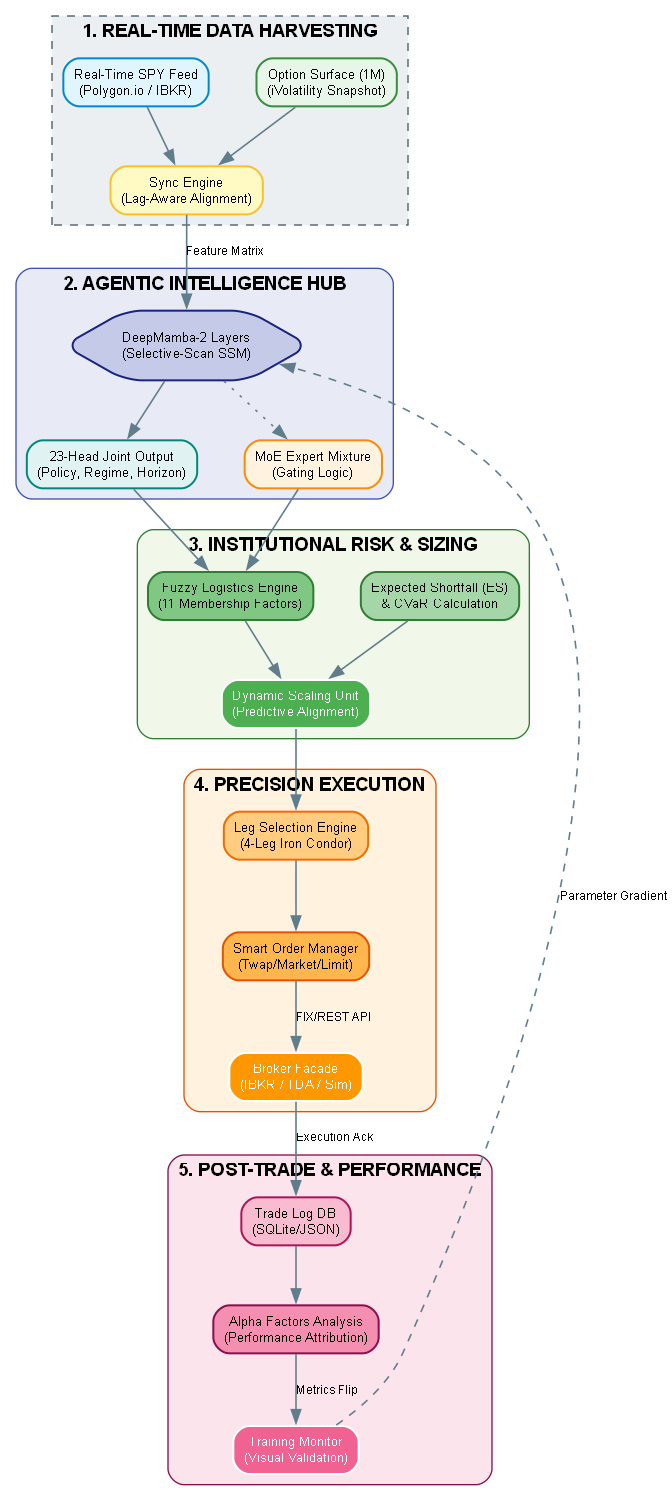
The Graphviz diagram docs/architecture/institutional_execution_flow.png in trextrader/spy-iron-condor-trading, before a commit. Its source is kept beside it as docs/architecture/institutional_execution_flow.dot. Its diagram source:
```dot
digraph InstitutionalWorkflow {
    rankdir=TB;
    nodesep=0.5;
    ranksep=0.6;
    fontname="Arial, Helvetica, sans-serif";
    compound=true;

    node [shape=rect, style="filled,rounded", fontname="Arial", fontsize=10, penwidth=1.5, color="#FFFFFF"];
    edge [color="#607D8B", penwidth=1.2, fontname="Arial", fontsize=9];

    subgraph cluster_data {
        label = <<b>1. REAL-TIME DATA HARVESTING</b>>;
        fillcolor = "#ECEFF1"; style = "filled,dashed"; color = "#455A64";

        feed_spot [label="Real-Time SPY Feed\n(Polygon.io / IBKR)", fillcolor="#E1F5FE", color="#0288D1"];
        feed_options [label="Option Surface (1M)\n(iVolatility Snapshot)", fillcolor="#E8F5E9", color="#388E3C"];
        sync_engine [label="Sync Engine\n(Lag-Aware Alignment)", fillcolor="#FFF9C4", color="#FBC02D"];

        feed_spot -> sync_engine;
        feed_options -> sync_engine;
    }

    subgraph cluster_intelligence {
        label = <<b>2. AGENTIC INTELLIGENCE HUB</b>>;
        fillcolor = "#E8EAF6"; style = "filled,rounded"; color = "#3F51B5";

        mamba_core [label="DeepMamba-2 Layers\n(Selective-Scan SSM)", fillcolor="#C5CAE9", color="#1A237E", shape=hexagon];
        heads [label="23-Head Joint Output\n(Policy, Regime, Horizon)", fillcolor="#E0F2F1", color="#00897B"];
        moe_gate [label="MoE Expert Mixture\n(Gating Logic)", fillcolor="#FFF3E0", color="#FB8C00"];

        mamba_core -> heads;
        mamba_core -> moe_gate [style=dotted];
    }

    subgraph cluster_risk {
        label = <<b>3. INSTITUTIONAL RISK &amp; SIZING</b>>;
        fillcolor = "#F1F8E9"; style = "filled,rounded"; color = "#2E7D32";

        fuzzy_sizer [label="Fuzzy Logistics Engine\n(11 Membership Factors)", fillcolor="#81C784", color="#2E7D32"];
        expected_shortfall [label="Expected Shortfall (ES)\n&amp; CVaR Calculation", fillcolor="#A5D6A7", color="#2E7D32"];
        sizing_logic [label="Dynamic Scaling Unit\n(Predictive Alignment)", fillcolor="#4CAF50", fontcolor=white];

        heads -> fuzzy_sizer;
        moe_gate -> fuzzy_sizer;
        fuzzy_sizer -> sizing_logic;
        expected_shortfall -> sizing_logic;
    }

    subgraph cluster_execution {
        label = <<b>4. PRECISION EXECUTION</b>>;
        fillcolor = "#FFF3E0"; style = "filled,rounded"; color = "#E65100";

        strike_select [label="Leg Selection Engine\n(4-Leg Iron Condor)", fillcolor="#FFCC80", color="#EF6C00"];
        order_mgr [label="Smart Order Manager\n(Twap/Market/Limit)", fillcolor="#FFB74D", color="#E65100"];
        broker_facade [label="Broker Facade\n(IBKR / TDA / Sim)", fillcolor="#FF9800", fontcolor=white];

        sizing_logic -> strike_select;
        strike_select -> order_mgr;
        order_mgr -> broker_facade [label="FIX/REST API"];
    }

    subgraph cluster_analysis {
        label = <<b>5. POST-TRADE &amp; PERFORMANCE</b>>;
        fillcolor = "#FCE4EC"; style = "filled,rounded"; color = "#880E4F";

        log_db [label="Trade Log DB\n(SQLite/JSON)", fillcolor="#F8BBD0", color="#AD1457"];
        alpha_report [label="Alpha Factors Analysis\n(Performance Attribution)", fillcolor="#F48FB1", color="#880E4F"];
        tensorboard [label="Training Monitor\n(Visual Validation)", fillcolor="#F06292", fontcolor=white];

        broker_facade -> log_db [label="Execution Ack"];
        log_db -> alpha_report;
        alpha_report -> tensorboard [label="Metrics Flip"];
    }

    sync_engine -> mamba_core [label="Feature Matrix"];
    tensorboard -> mamba_core [label="Parameter Gradient", style=dashed, constraint=false];
}
```
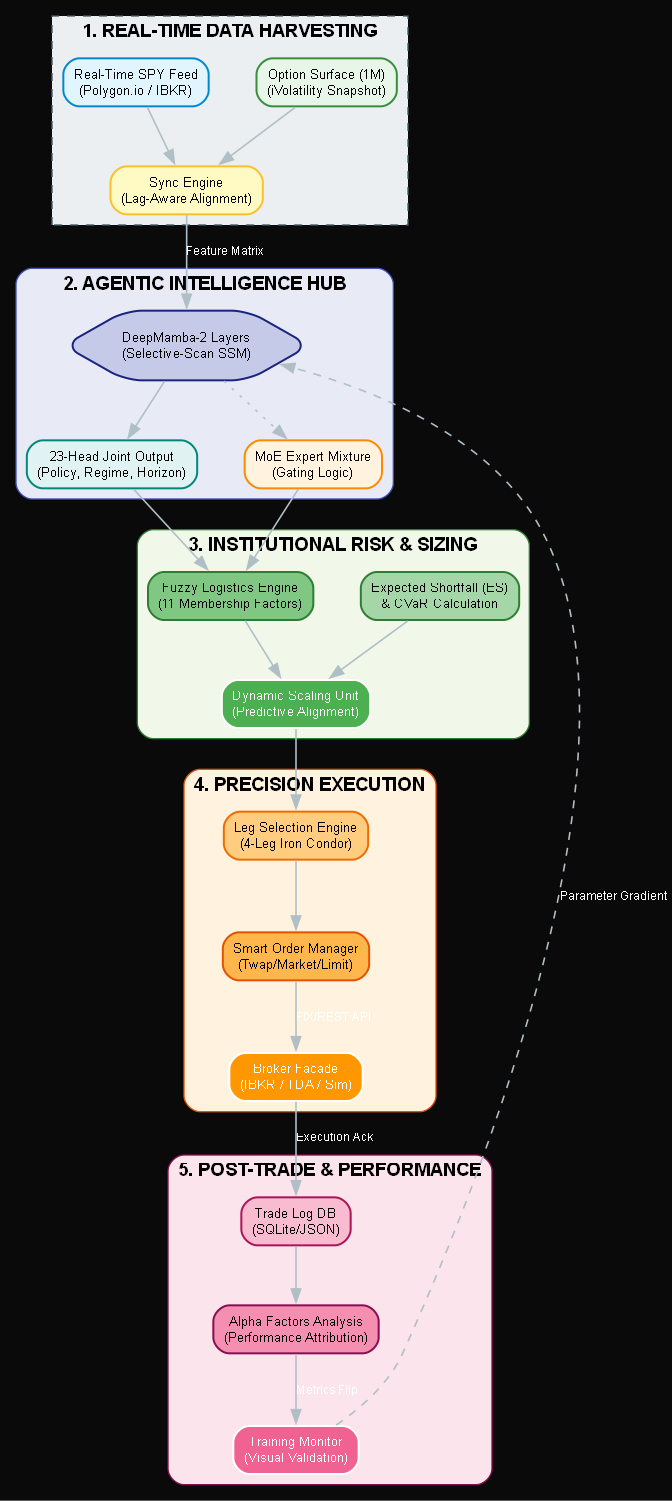
The same diagram one commit later.

Diff of the diagram source:
```diff
@@ -5,8 +5,9 @@
     fontname="Arial, Helvetica, sans-serif";
     compound=true;
 
-    node [shape=rect, style="filled,rounded", fontname="Arial", fontsize=10, penwidth=1.5, color="#FFFFFF"];
-    edge [color="#607D8B", penwidth=1.2, fontname="Arial", fontsize=9];
+    bgcolor="#0a0a0a";
+    node [shape=rect, style="filled,rounded", fontname="Arial", fontsize=10, penwidth=1.5, color="#FFFFFF", fontcolor="black"];
+    edge [color="#b0bec5", penwidth=1.2, fontname="Arial", fontsize=9, fontcolor="white"];
 
     subgraph cluster_data {
         label = <<b>1. REAL-TIME DATA HARVESTING</b>>;
```
